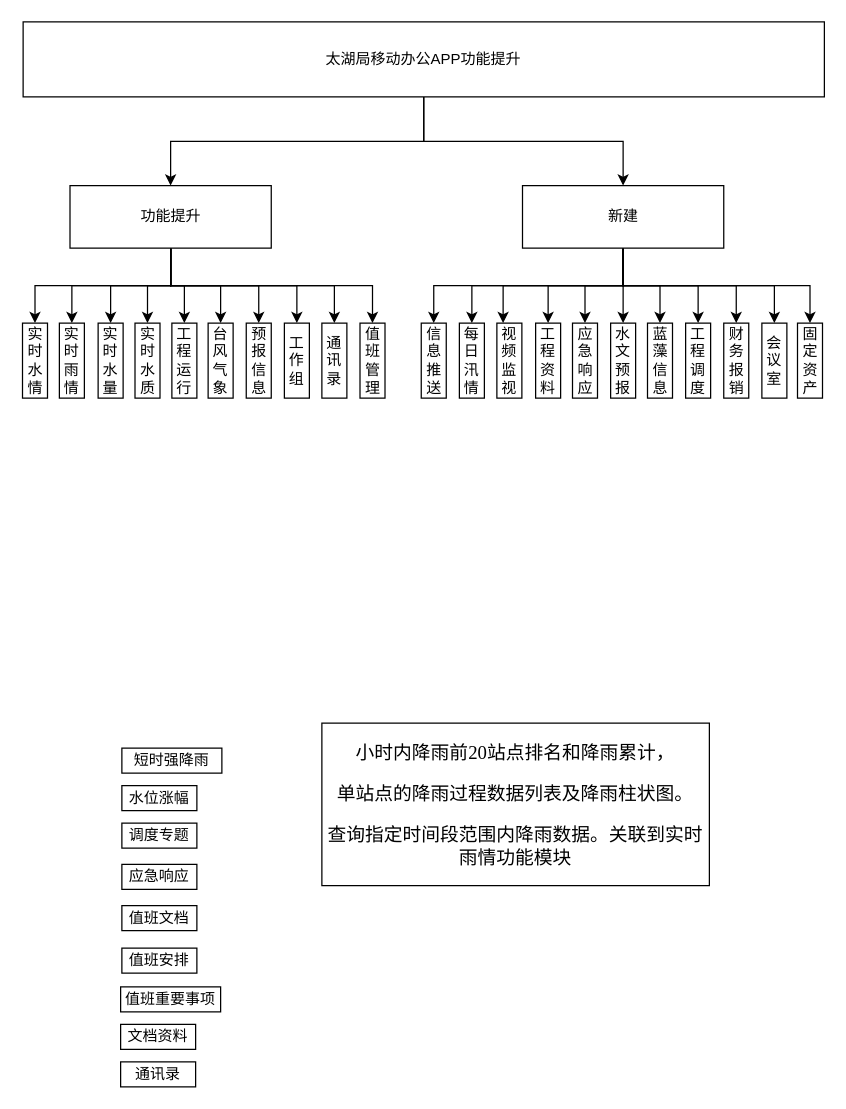
Above: APP_NEW_new.drawio in marx8559/wavenet (draw.io), before the change. Source tidied: cells renumbered, new cells numbered last; positions are measured from the earlier drawing's top-left corner, leaving out a move shared by most shapes. Both pictures are drawn from the tidied source at 125%, with x=0, y=0 at pixel (22, 21).
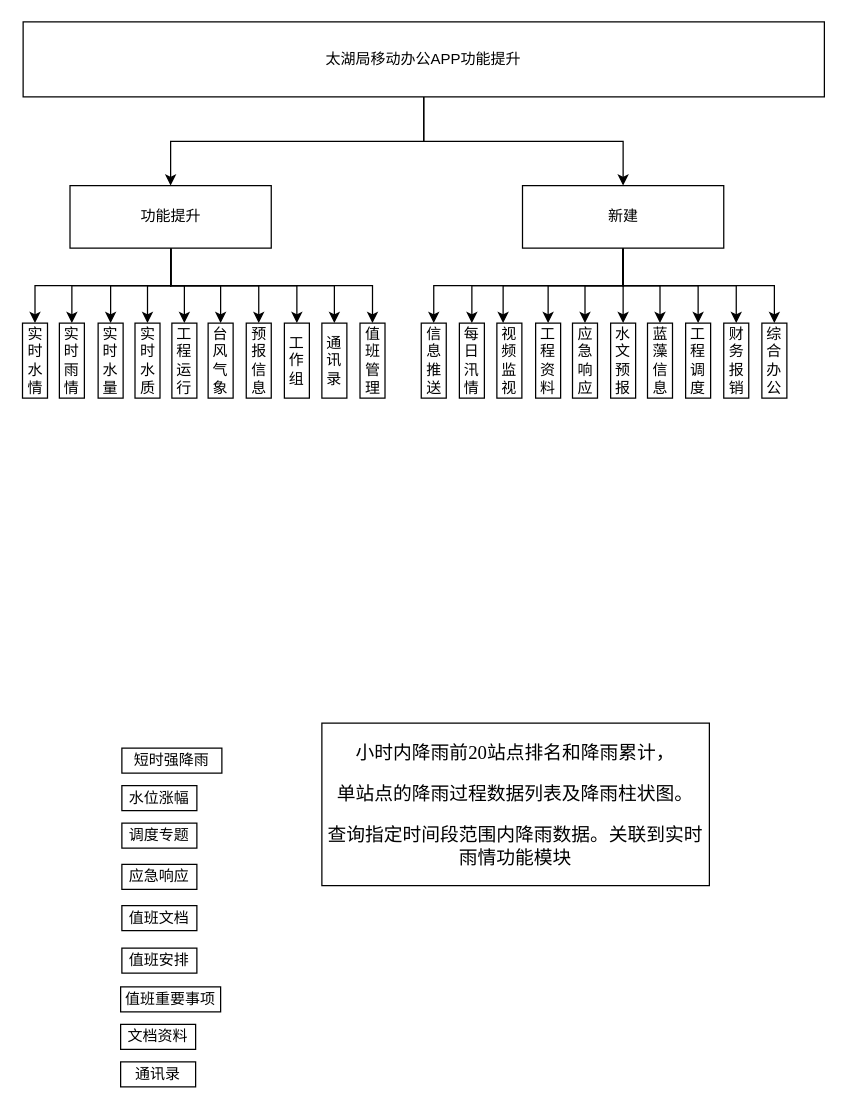
The same page after the edit.

Unchanged cells that the change refers to:
```xml
<mxCell id="47" value="新建" style="rounded=0;whiteSpace=wrap;html=1;" parent="1" vertex="1">
  <mxGeometry x="399.5" y="131" width="161" height="50" as="geometry" />
</mxCell>
```

Change to the diagram source:
```diff
@@
-    <mxCell id="46" style="edgeStyle=orthogonalEdgeStyle;rounded=0;jettySize=auto;html=1;entryX=0.5;entryY=0;entryDx=0;entryDy=0;" parent="1" edge="1" source="47" target="57">
-      <mxGeometry relative="1" as="geometry">
-        <Array as="points">
-          <mxPoint x="480" y="211" />
-          <mxPoint x="630" y="211" />
-        </Array>
-      </mxGeometry>
-    </mxCell>
@@
-    <mxCell id="57" value="固定资产" style="rounded=0;whiteSpace=wrap;html=1;" parent="1" vertex="1">
-      <mxGeometry x="619.5" y="241" width="20" height="60" as="geometry" />
-    </mxCell>
-    <mxCell id="58" value="会议室" style="rounded=0;whiteSpace=wrap;html=1;" parent="1" vertex="1">
+    <mxCell id="58" value="综合办公" style="rounded=0;whiteSpace=wrap;html=1;" parent="1" vertex="1">
       <mxGeometry x="591" y="241" width="20" height="60" as="geometry" />
     </mxCell>
```
